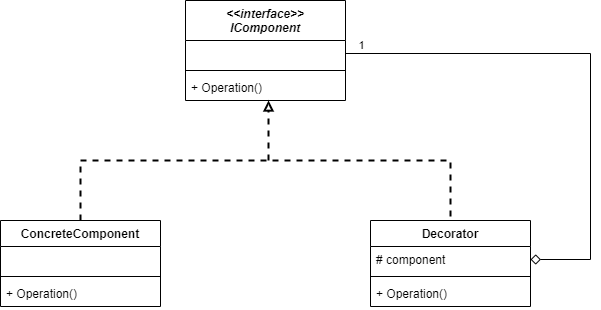
smitbmx/Architecture-Diagrams keeps this draw.io diagram as Design Patterns/Structural/Decorator/Full Decorator Class Diagram.png. Above is the earlier version. Source tidied: cells renumbered, new cells last; positions are measured from the earlier drawing's top-left corner, leaving out a move shared by most shapes.
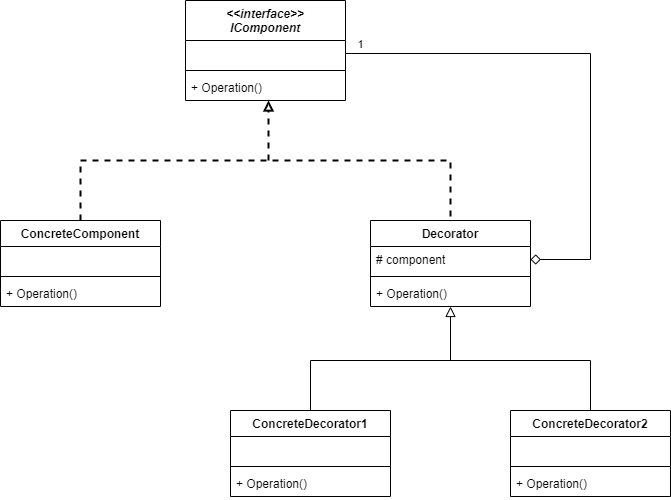
After the commit.

Diff of the diagram source:
```diff
@@ -66,5 +66,42 @@
         <mxPoint y="-8" as="offset" />
       </mxGeometry>
     </mxCell>
+    <mxCell id="18" value="ConcreteDecorator1" style="swimlane;fontStyle=1;align=center;verticalAlign=top;horizontal=1;startSize=26;" parent="1" vertex="1">
+      <mxGeometry x="230" y="410" width="160" height="86" as="geometry" />
+    </mxCell>
+    <mxCell id="19" value=" " style="text;strokeColor=none;fillColor=none;align=left;verticalAlign=top;spacingLeft=4;spacingRight=4;overflow=hidden;" parent="18" vertex="1">
+      <mxGeometry y="26" width="160" height="26" as="geometry" />
+    </mxCell>
+    <mxCell id="20" style="line;strokeWidth=1;fillColor=none;align=left;verticalAlign=middle;spacingTop=-1;spacingLeft=3;spacingRight=3;labelPosition=right;" parent="18" vertex="1">
+      <mxGeometry y="52" width="160" height="8" as="geometry" />
+    </mxCell>
+    <mxCell id="21" value="+ Operation()" style="text;strokeColor=none;fillColor=none;align=left;verticalAlign=top;spacingLeft=4;spacingRight=4;overflow=hidden;" parent="18" vertex="1">
+      <mxGeometry y="60" width="160" height="26" as="geometry" />
+    </mxCell>
+    <mxCell id="22" value="ConcreteDecorator2" style="swimlane;fontStyle=1;align=center;verticalAlign=top;horizontal=1;startSize=26;" parent="1" vertex="1">
+      <mxGeometry x="510" y="410" width="160" height="86" as="geometry" />
+    </mxCell>
+    <mxCell id="23" value=" " style="text;strokeColor=none;fillColor=none;align=left;verticalAlign=top;spacingLeft=4;spacingRight=4;overflow=hidden;" parent="22" vertex="1">
+      <mxGeometry y="26" width="160" height="26" as="geometry" />
+    </mxCell>
+    <mxCell id="24" style="line;strokeWidth=1;fillColor=none;align=left;verticalAlign=middle;spacingTop=-1;spacingLeft=3;spacingRight=3;labelPosition=right;" parent="22" vertex="1">
+      <mxGeometry y="52" width="160" height="8" as="geometry" />
+    </mxCell>
+    <mxCell id="25" value="+ Operation()" style="text;strokeColor=none;fillColor=none;align=left;verticalAlign=top;spacingLeft=4;spacingRight=4;overflow=hidden;" parent="22" vertex="1">
+      <mxGeometry y="60" width="160" height="26" as="geometry" />
+    </mxCell>
+    <mxCell id="26" style="endArrow=none;html=1;entryX=0.5;entryY=0;entryDx=0;entryDy=0;exitX=0.5;exitY=0;exitDx=0;exitDy=0;rounded=0;" parent="1" edge="1" source="18" target="22">
+      <mxGeometry relative="1" as="geometry">
+        <Array as="points">
+          <mxPoint x="310" y="360" />
+          <mxPoint x="590" y="360" />
+        </Array>
+      </mxGeometry>
+    </mxCell>
+    <mxCell id="27" style="endArrow=block;html=1;endFill=0;endSize=8;" parent="1" edge="1" target="13">
+      <mxGeometry relative="1" as="geometry">
+        <mxPoint x="450" y="360" as="sourcePoint" />
+      </mxGeometry>
+    </mxCell>
   </root>
 </mxGraphModel>
```
